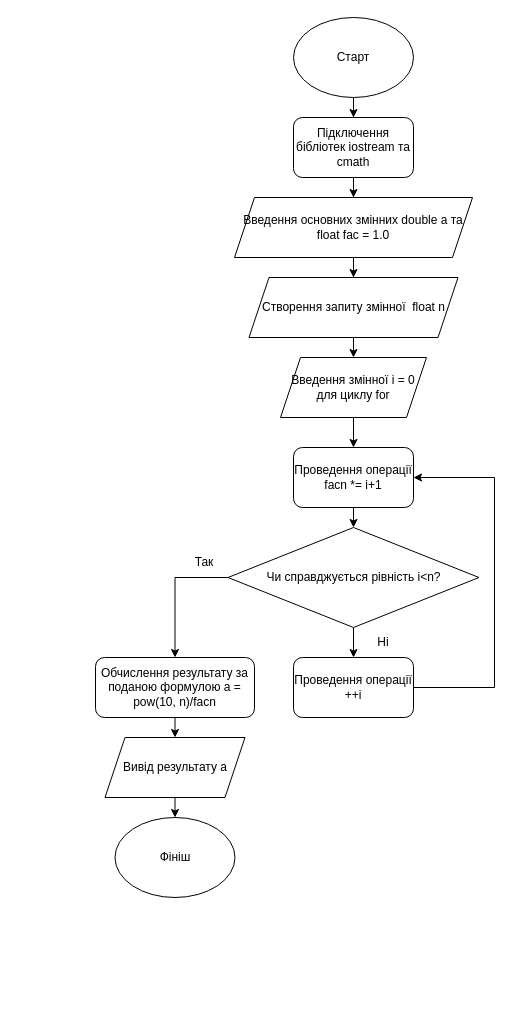
The draw.io diagram page "Сторінка-3" (3 of 7) of DianaHoshovska/Діаграма без назви.drawio in RomanSeniv2005/Ai-13-4-epic1, before the edit. Source tidied: cells renumbered, new cells numbered last; positions are measured from the earlier drawing's top-left corner, leaving out a move shared by most shapes. Both pictures are drawn from the tidied source at 100%, with x=0, y=0 at pixel (95, 17).
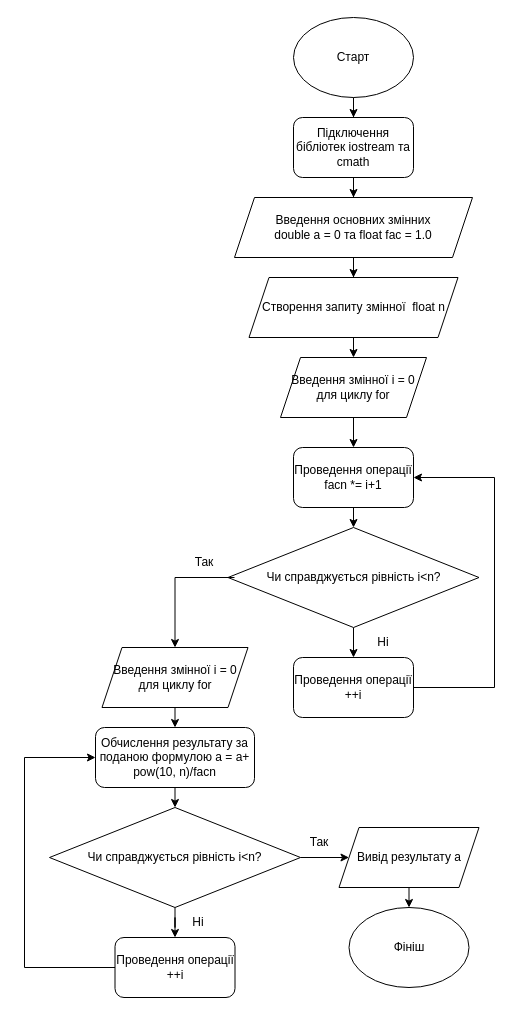
The same diagram, later.

Unchanged cells that the change refers to:
```xml
<mxCell id="19" value="Чи справджується рівність i&amp;lt;n?" style="rhombus;whiteSpace=wrap;html=1;" parent="1" vertex="1">
  <mxGeometry x="132.5" y="510" width="251" height="100" as="geometry" />
</mxCell>
<mxCell id="23" value="Так" style="text;html=1;strokeColor=none;fillColor=none;align=center;verticalAlign=middle;whiteSpace=wrap;rounded=0;" parent="1" vertex="1">
  <mxGeometry x="79" y="530" width="60" height="30" as="geometry" />
</mxCell>
```

What changed in the source:
```diff
@@
-    <mxCell id="7" value="Введення основних змінних double a та float fac = 1.0" style="shape=parallelogram;perimeter=parallelogramPerimeter;whiteSpace=wrap;html=1;fixedSize=1;" parent="1" vertex="1">
+    <mxCell id="7" value="Введення основних змінних &lt;br&gt;double a = 0 та float fac = 1.0" style="shape=parallelogram;perimeter=parallelogramPerimeter;whiteSpace=wrap;html=1;fixedSize=1;" parent="1" vertex="1">
       <mxGeometry x="139" y="180" width="238" height="60" as="geometry" />
     </mxCell>
@@
-    <mxCell id="10" style="edgeStyle=orthogonalEdgeStyle;rounded=0;jettySize=auto;html=1;exitX=0.5;exitY=1;exitDx=0;exitDy=0;entryX=0.5;entryY=0;entryDx=0;entryDy=0;" parent="1" edge="1" source="11" target="25">
-      <mxGeometry relative="1" as="geometry" />
-    </mxCell>
+    <mxCell id="26" style="edgeStyle=orthogonalEdgeStyle;rounded=0;jettySize=auto;html=1;exitX=0.5;exitY=1;exitDx=0;exitDy=0;entryX=0.5;entryY=0;entryDx=0;entryDy=0;" parent="1" edge="1" source="11" target="32">
+      <mxGeometry relative="1" as="geometry" />
+    </mxCell>
-    <mxCell id="11" value="Обчислення результату за поданою формулою&amp;nbsp;a = pow(10, n)/facn" style="rounded=1;whiteSpace=wrap;html=1;" parent="1" vertex="1">
-      <mxGeometry y="640" width="159" height="60" as="geometry" />
+    <mxCell id="11" value="Обчислення результату за поданою формулою&amp;nbsp;a = a+ pow(10, n)/facn" style="rounded=1;whiteSpace=wrap;html=1;" parent="1" vertex="1">
+      <mxGeometry y="710" width="159" height="60" as="geometry" />
     </mxCell>
     <mxCell id="12" value="Фініш" style="ellipse;whiteSpace=wrap;html=1;" parent="1" vertex="1">
-      <mxGeometry x="19.5" y="800" width="120" height="80" as="geometry" />
+      <mxGeometry x="253.5" y="890" width="120" height="80" as="geometry" />
     </mxCell>
@@
-    <mxCell id="18" style="edgeStyle=orthogonalEdgeStyle;rounded=0;jettySize=auto;html=1;exitX=0;exitY=0.5;exitDx=0;exitDy=0;entryX=0.5;entryY=0;entryDx=0;entryDy=0;" parent="1" edge="1" source="19" target="11">
-      <mxGeometry relative="1" as="geometry" />
-    </mxCell>
@@
+    <mxCell id="27" style="edgeStyle=orthogonalEdgeStyle;rounded=0;jettySize=auto;html=1;exitX=1;exitY=1;exitDx=0;exitDy=0;entryX=0.5;entryY=0;entryDx=0;entryDy=0;" parent="1" edge="1" source="23" target="29">
+      <mxGeometry relative="1" as="geometry">
+        <Array as="points">
+          <mxPoint x="80" y="560" />
+        </Array>
+      </mxGeometry>
+    </mxCell>
@@
     <mxCell id="25" value="Вивід результату а" style="shape=parallelogram;perimeter=parallelogramPerimeter;whiteSpace=wrap;html=1;fixedSize=1;" parent="1" vertex="1">
-      <mxGeometry x="9.5" y="720" width="140" height="60" as="geometry" />
+      <mxGeometry x="243.5" y="810" width="140" height="60" as="geometry" />
     </mxCell>
+    <mxCell id="28" style="edgeStyle=orthogonalEdgeStyle;rounded=0;jettySize=auto;html=1;exitX=0.5;exitY=1;exitDx=0;exitDy=0;entryX=0.5;entryY=0;entryDx=0;entryDy=0;" parent="1" edge="1" source="29" target="11">
+      <mxGeometry relative="1" as="geometry" />
+    </mxCell>
+    <mxCell id="29" value="Введення змінної i = 0 для циклу for" style="shape=parallelogram;perimeter=parallelogramPerimeter;whiteSpace=wrap;html=1;fixedSize=1;" parent="1" vertex="1">
+      <mxGeometry x="6.5" y="630" width="146" height="60" as="geometry" />
+    </mxCell>
+    <mxCell id="30" style="edgeStyle=orthogonalEdgeStyle;rounded=0;jettySize=auto;html=1;exitX=0.5;exitY=1;exitDx=0;exitDy=0;" parent="1" edge="1" source="32" target="34">
+      <mxGeometry relative="1" as="geometry" />
+    </mxCell>
+    <mxCell id="31" style="edgeStyle=orthogonalEdgeStyle;rounded=0;jettySize=auto;html=1;exitX=1;exitY=0.5;exitDx=0;exitDy=0;entryX=0;entryY=0.5;entryDx=0;entryDy=0;" parent="1" edge="1" source="32" target="25">
+      <mxGeometry relative="1" as="geometry" />
+    </mxCell>
+    <mxCell id="32" value="Чи справджується рівність i&amp;lt;n?" style="rhombus;whiteSpace=wrap;html=1;" parent="1" vertex="1">
+      <mxGeometry x="-46" y="790" width="251" height="100" as="geometry" />
+    </mxCell>
+    <mxCell id="33" style="edgeStyle=orthogonalEdgeStyle;rounded=0;jettySize=auto;html=1;exitX=0;exitY=0.5;exitDx=0;exitDy=0;entryX=0;entryY=0.5;entryDx=0;entryDy=0;" parent="1" edge="1" source="34" target="11">
+      <mxGeometry relative="1" as="geometry">
+        <Array as="points">
+          <mxPoint x="-71" y="950" />
+          <mxPoint x="-71" y="740" />
+        </Array>
+      </mxGeometry>
+    </mxCell>
+    <mxCell id="34" value="Проведення операції ++i" style="rounded=1;whiteSpace=wrap;html=1;" parent="1" vertex="1">
+      <mxGeometry x="19.5" y="920" width="120" height="60" as="geometry" />
+    </mxCell>
+    <mxCell id="35" value="Ні" style="text;html=1;strokeColor=none;fillColor=none;align=center;verticalAlign=middle;whiteSpace=wrap;rounded=0;" parent="1" vertex="1">
+      <mxGeometry x="72.5" y="890" width="60" height="30" as="geometry" />
+    </mxCell>
+    <mxCell id="36" value="Так" style="text;html=1;strokeColor=none;fillColor=none;align=center;verticalAlign=middle;whiteSpace=wrap;rounded=0;" parent="1" vertex="1">
+      <mxGeometry x="193.5" y="810" width="60" height="30" as="geometry" />
+    </mxCell>
```
